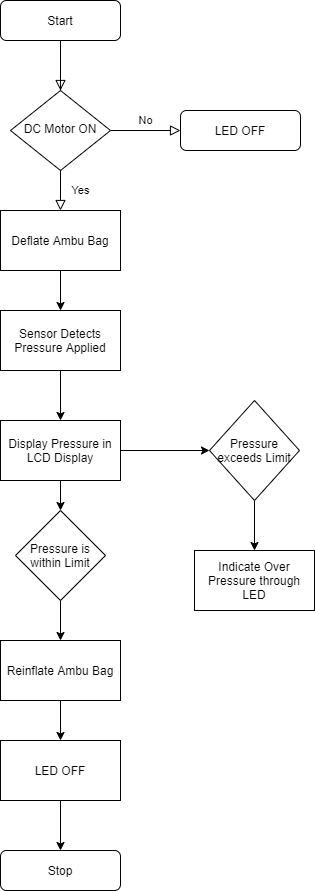
Earlier version of the draw.io export flowchart new.png (E-division-2020-2021-odd/Repo-10). Source tidied: cells renumbered, new cells last; positions are measured from the earlier drawing's top-left corner, leaving out a move shared by most shapes. Its diagram source:
```xml
<mxGraphModel>
  <root>
    <mxCell id="0" />
    <mxCell id="1" parent="0" />
    <mxCell id="2" style="rounded=0;html=1;jettySize=auto;fontSize=11;endArrow=block;endFill=0;endSize=8;strokeWidth=1;shadow=0;labelBackgroundColor=none;edgeStyle=orthogonalEdgeStyle;" parent="1" edge="1" target="5">
      <mxGeometry relative="1" as="geometry">
        <mxPoint x="60" y="100" as="sourcePoint" />
        <Array as="points">
          <mxPoint x="60" y="40" />
          <mxPoint x="60" y="40" />
        </Array>
      </mxGeometry>
    </mxCell>
    <mxCell id="3" value="Start" style="rounded=1;whiteSpace=wrap;html=1;fontSize=12;glass=0;strokeWidth=1;shadow=0;" parent="1" vertex="1">
      <mxGeometry width="120" height="40" as="geometry" />
    </mxCell>
    <mxCell id="4" value="No" style="edgeStyle=orthogonalEdgeStyle;rounded=0;html=1;jettySize=auto;fontSize=11;endArrow=block;endFill=0;endSize=8;strokeWidth=1;shadow=0;labelBackgroundColor=none;" parent="1" edge="1" source="5" target="6">
      <mxGeometry y="10" relative="1" as="geometry" />
    </mxCell>
    <mxCell id="5" value="DC Motor ON" style="rhombus;whiteSpace=wrap;html=1;shadow=0;fontFamily=Helvetica;fontSize=12;align=center;strokeWidth=1;spacing=6;spacingTop=-4;" parent="1" vertex="1">
      <mxGeometry x="10" y="90" width="100" height="80" as="geometry" />
    </mxCell>
    <mxCell id="6" value="LED OFF" style="rounded=1;whiteSpace=wrap;html=1;fontSize=12;glass=0;strokeWidth=1;shadow=0;" parent="1" vertex="1">
      <mxGeometry x="180" y="110" width="120" height="40" as="geometry" />
    </mxCell>
    <mxCell id="7" value="Stop" style="rounded=1;whiteSpace=wrap;html=1;fontSize=12;glass=0;strokeWidth=1;shadow=0;" parent="1" vertex="1">
      <mxGeometry y="850" width="120" height="40" as="geometry" />
    </mxCell>
    <mxCell id="8" value="Yes" style="rounded=0;html=1;jettySize=auto;fontSize=11;endArrow=block;endFill=0;endSize=8;strokeWidth=1;shadow=0;labelBackgroundColor=none;edgeStyle=orthogonalEdgeStyle;" parent="1" edge="1" source="5">
      <mxGeometry y="20" relative="1" as="geometry">
        <mxPoint x="60" y="210" as="targetPoint" />
      </mxGeometry>
    </mxCell>
    <mxCell id="9" style="edgeStyle=orthogonalEdgeStyle;rounded=0;jettySize=auto;html=1;" parent="1" edge="1" source="10" target="12">
      <mxGeometry relative="1" as="geometry" />
    </mxCell>
    <mxCell id="10" value="Deflate Ambu Bag" style="rounded=0;whiteSpace=wrap;html=1;" parent="1" vertex="1">
      <mxGeometry y="210" width="120" height="60" as="geometry" />
    </mxCell>
    <mxCell id="11" style="edgeStyle=orthogonalEdgeStyle;rounded=0;jettySize=auto;html=1;" parent="1" edge="1" source="12" target="20">
      <mxGeometry relative="1" as="geometry" />
    </mxCell>
    <mxCell id="12" value="Sensor Detects Pressure Applied" style="rounded=0;whiteSpace=wrap;html=1;" parent="1" vertex="1">
      <mxGeometry y="310" width="120" height="60" as="geometry" />
    </mxCell>
    <mxCell id="13" style="edgeStyle=orthogonalEdgeStyle;rounded=0;jettySize=auto;html=1;" parent="1" edge="1" source="14" target="15">
      <mxGeometry relative="1" as="geometry" />
    </mxCell>
    <mxCell id="14" value="Pressure exceeds Limit" style="rhombus;whiteSpace=wrap;html=1;" parent="1" vertex="1">
      <mxGeometry x="209" y="400" width="90" height="100" as="geometry" />
    </mxCell>
    <mxCell id="15" value="Indicate Over Pressure through LED" style="rounded=0;whiteSpace=wrap;html=1;" parent="1" vertex="1">
      <mxGeometry x="194" y="550" width="120" height="60" as="geometry" />
    </mxCell>
    <mxCell id="16" style="edgeStyle=orthogonalEdgeStyle;rounded=0;jettySize=auto;html=1;" parent="1" edge="1" source="17" target="22">
      <mxGeometry relative="1" as="geometry" />
    </mxCell>
    <mxCell id="17" value="Pressure is within Limit" style="rhombus;whiteSpace=wrap;html=1;" parent="1" vertex="1">
      <mxGeometry x="15" y="510" width="90" height="90" as="geometry" />
    </mxCell>
    <mxCell id="18" style="edgeStyle=orthogonalEdgeStyle;rounded=0;jettySize=auto;html=1;" parent="1" edge="1" source="20" target="17">
      <mxGeometry relative="1" as="geometry" />
    </mxCell>
    <mxCell id="19" style="edgeStyle=orthogonalEdgeStyle;rounded=0;jettySize=auto;html=1;" parent="1" edge="1" source="20" target="14">
      <mxGeometry relative="1" as="geometry" />
    </mxCell>
    <mxCell id="20" value="Display Pressure in LCD Display" style="rounded=0;whiteSpace=wrap;html=1;" parent="1" vertex="1">
      <mxGeometry y="420" width="120" height="60" as="geometry" />
    </mxCell>
    <mxCell id="21" style="edgeStyle=orthogonalEdgeStyle;rounded=0;jettySize=auto;html=1;" parent="1" edge="1" source="22" target="24">
      <mxGeometry relative="1" as="geometry" />
    </mxCell>
    <mxCell id="22" value="Reinflate Ambu Bag" style="rounded=0;whiteSpace=wrap;html=1;" parent="1" vertex="1">
      <mxGeometry y="640" width="120" height="60" as="geometry" />
    </mxCell>
    <mxCell id="23" style="edgeStyle=orthogonalEdgeStyle;rounded=0;jettySize=auto;html=1;" parent="1" edge="1" source="24" target="7">
      <mxGeometry relative="1" as="geometry" />
    </mxCell>
    <mxCell id="24" value="LED OFF" style="rounded=0;whiteSpace=wrap;html=1;" parent="1" vertex="1">
      <mxGeometry y="740" width="120" height="60" as="geometry" />
    </mxCell>
  </root>
</mxGraphModel>
```
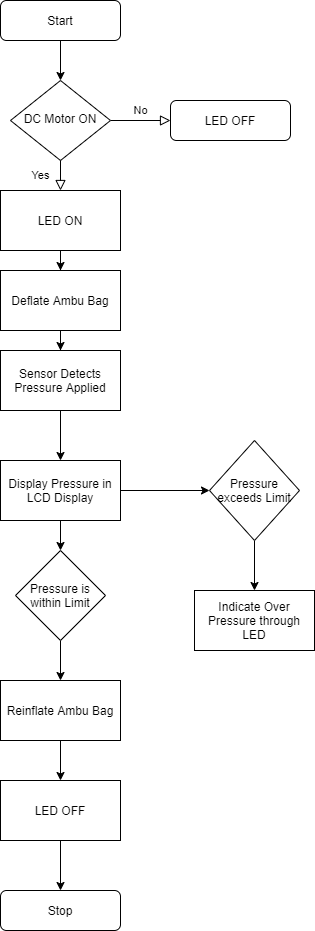
After the change.

What changed in the source:
```diff
@@ -11,32 +11,29 @@
         </Array>
       </mxGeometry>
     </mxCell>
+    <mxCell id="25" style="edgeStyle=orthogonalEdgeStyle;rounded=0;jettySize=auto;html=1;" parent="1" edge="1" source="3" target="5">
+      <mxGeometry relative="1" as="geometry" />
+    </mxCell>
     <mxCell id="3" value="Start" style="rounded=1;whiteSpace=wrap;html=1;fontSize=12;glass=0;strokeWidth=1;shadow=0;" parent="1" vertex="1">
-      <mxGeometry width="120" height="40" as="geometry" />
+      <mxGeometry y="-40" width="120" height="40" as="geometry" />
     </mxCell>
     <mxCell id="4" value="No" style="edgeStyle=orthogonalEdgeStyle;rounded=0;html=1;jettySize=auto;fontSize=11;endArrow=block;endFill=0;endSize=8;strokeWidth=1;shadow=0;labelBackgroundColor=none;" parent="1" edge="1" source="5" target="6">
       <mxGeometry y="10" relative="1" as="geometry" />
     </mxCell>
     <mxCell id="5" value="DC Motor ON" style="rhombus;whiteSpace=wrap;html=1;shadow=0;fontFamily=Helvetica;fontSize=12;align=center;strokeWidth=1;spacing=6;spacingTop=-4;" parent="1" vertex="1">
-      <mxGeometry x="10" y="90" width="100" height="80" as="geometry" />
+      <mxGeometry x="10" y="40" width="100" height="80" as="geometry" />
     </mxCell>
     <mxCell id="6" value="LED OFF" style="rounded=1;whiteSpace=wrap;html=1;fontSize=12;glass=0;strokeWidth=1;shadow=0;" parent="1" vertex="1">
-      <mxGeometry x="180" y="110" width="120" height="40" as="geometry" />
+      <mxGeometry x="170" y="60" width="120" height="40" as="geometry" />
     </mxCell>
     <mxCell id="7" value="Stop" style="rounded=1;whiteSpace=wrap;html=1;fontSize=12;glass=0;strokeWidth=1;shadow=0;" parent="1" vertex="1">
       <mxGeometry y="850" width="120" height="40" as="geometry" />
     </mxCell>
-    <mxCell id="8" value="Yes" style="rounded=0;html=1;jettySize=auto;fontSize=11;endArrow=block;endFill=0;endSize=8;strokeWidth=1;shadow=0;labelBackgroundColor=none;edgeStyle=orthogonalEdgeStyle;" parent="1" edge="1" source="5">
-      <mxGeometry y="20" relative="1" as="geometry">
-        <mxPoint x="60" y="210" as="targetPoint" />
-      </mxGeometry>
-    </mxCell>
-    <mxCell id="9" style="edgeStyle=orthogonalEdgeStyle;rounded=0;jettySize=auto;html=1;" parent="1" edge="1" source="10" target="12">
-      <mxGeometry relative="1" as="geometry" />
+    <mxCell id="9" style="edgeStyle=orthogonalEdgeStyle;rounded=0;jettySize=auto;html=1;" parent="1" edge="1" target="12">
+      <mxGeometry relative="1" as="geometry">
+        <mxPoint x="60" y="290" as="sourcePoint" />
+      </mxGeometry>
     </mxCell>
-    <mxCell id="10" value="Deflate Ambu Bag" style="rounded=0;whiteSpace=wrap;html=1;" parent="1" vertex="1">
-      <mxGeometry y="210" width="120" height="60" as="geometry" />
-    </mxCell>
     <mxCell id="11" style="edgeStyle=orthogonalEdgeStyle;rounded=0;jettySize=auto;html=1;" parent="1" edge="1" source="12" target="20">
       <mxGeometry relative="1" as="geometry" />
     </mxCell>
@@ -79,5 +76,17 @@
     <mxCell id="24" value="LED OFF" style="rounded=0;whiteSpace=wrap;html=1;" parent="1" vertex="1">
       <mxGeometry y="740" width="120" height="60" as="geometry" />
     </mxCell>
+    <mxCell id="26" style="edgeStyle=orthogonalEdgeStyle;rounded=0;jettySize=auto;html=1;" parent="1" edge="1" source="27" target="10">
+      <mxGeometry relative="1" as="geometry" />
+    </mxCell>
+    <mxCell id="27" value="LED ON" style="rounded=0;whiteSpace=wrap;html=1;" parent="1" vertex="1">
+      <mxGeometry y="150" width="120" height="60" as="geometry" />
+    </mxCell>
+    <mxCell id="8" value="Yes" style="rounded=0;html=1;jettySize=auto;fontSize=11;endArrow=block;endFill=0;endSize=8;strokeWidth=1;shadow=0;labelBackgroundColor=none;edgeStyle=orthogonalEdgeStyle;" parent="1" edge="1" source="5" target="27">
+      <mxGeometry y="20" relative="1" as="geometry" />
+    </mxCell>
+    <mxCell id="10" value="Deflate Ambu Bag" style="rounded=0;whiteSpace=wrap;html=1;" parent="1" vertex="1">
+      <mxGeometry y="230" width="120" height="60" as="geometry" />
+    </mxCell>
   </root>
 </mxGraphModel>
```
